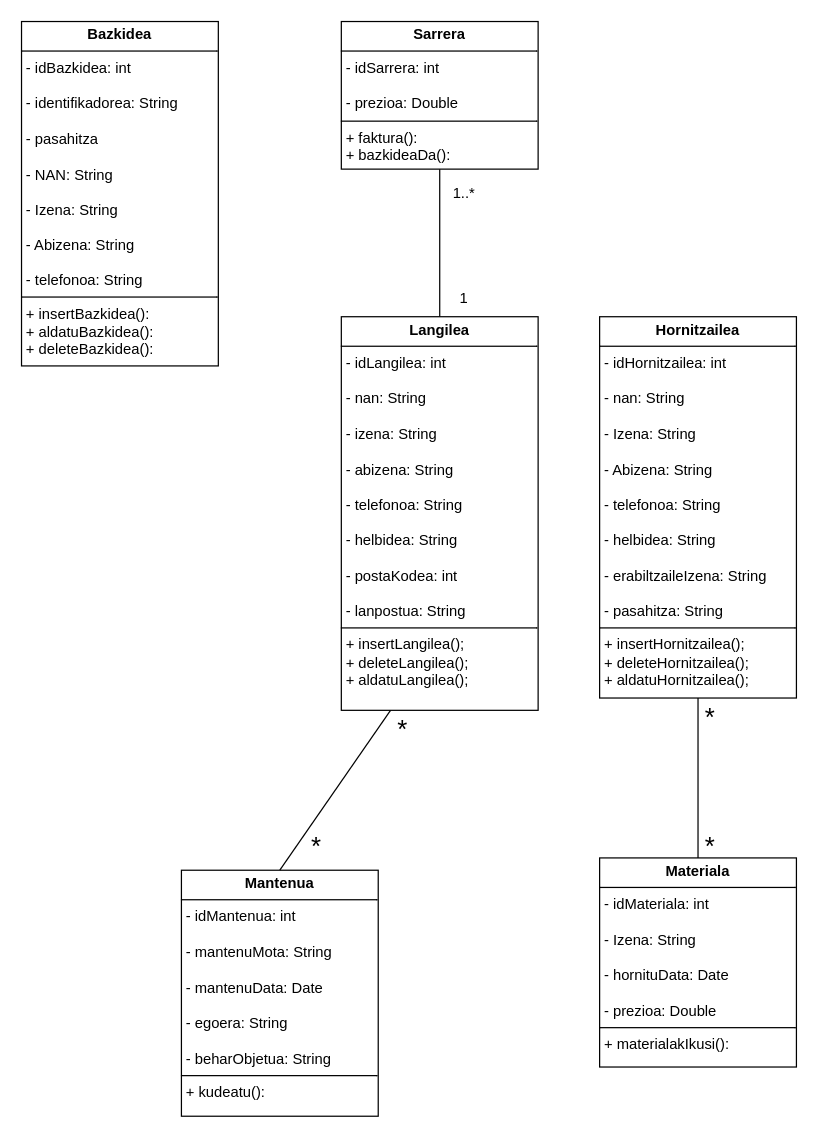
iguisado228/3Erronka keeps this draw.io diagram as JAVA/Diagramak/J_KlaseDiagrama.drawio. Above is the earlier version. Source tidied: cells renumbered, new cells numbered last; positions are measured from the earlier drawing's top-left corner, leaving out a move shared by most shapes. Both pictures are drawn from the tidied source at 123%, with x=0, y=0 at pixel (21, 21).
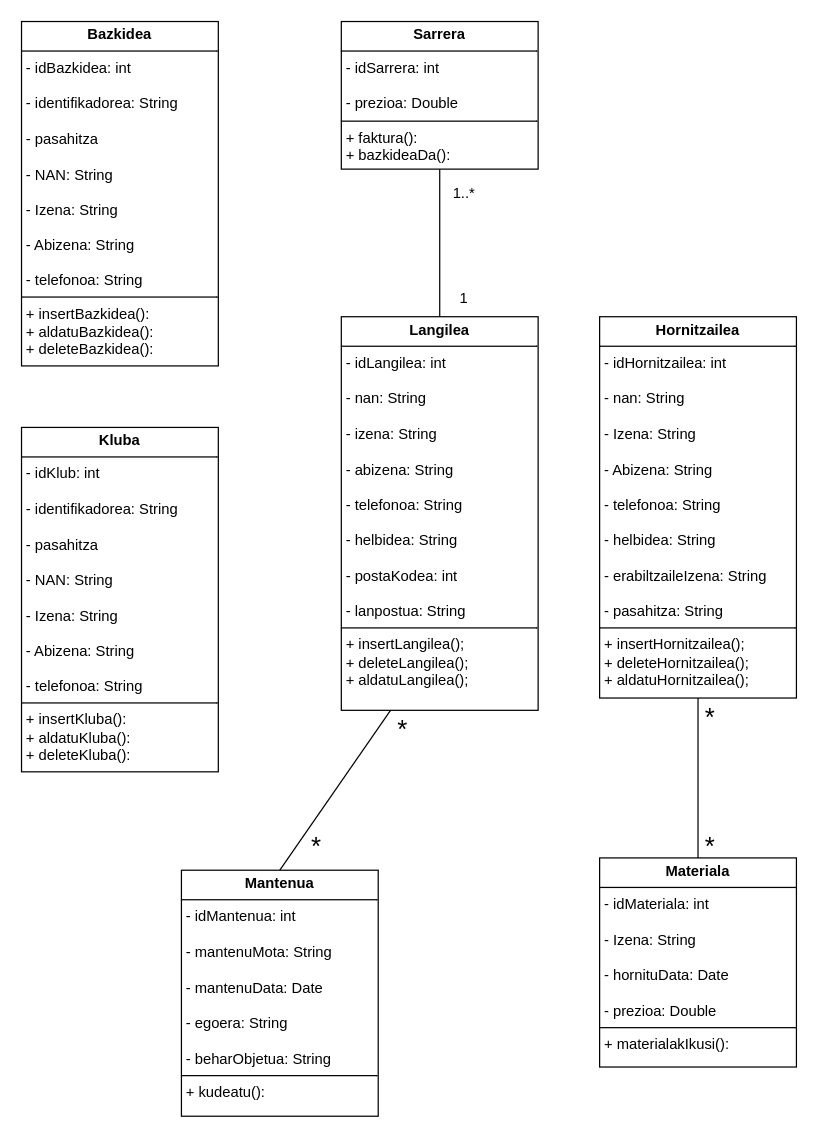
The same page after the edit.

Commit message:
Javako klase diagraman aldaketa

Diff of the diagram source:
```diff
@@
 <mxGraphModel>
   <root>
     <mxCell id="0" />
     <mxCell id="1" parent="0" />
     <mxCell id="2" value="&lt;p style=&quot;margin:0px;margin-top:4px;text-align:center;&quot;&gt;&lt;b&gt;Sarrera&lt;/b&gt;&lt;/p&gt;&lt;hr size=&quot;1&quot; style=&quot;border-style:solid;&quot;&gt;&lt;p style=&quot;margin:0px;margin-left:4px;&quot;&gt;- idSarrera: int&lt;/p&gt;&lt;p style=&quot;margin:0px;margin-left:4px;&quot;&gt;&lt;br&gt;&lt;/p&gt;&lt;p style=&quot;margin:0px;margin-left:4px;&quot;&gt;- prezioa: Double&lt;/p&gt;&lt;hr size=&quot;1&quot; style=&quot;border-style:solid;&quot;&gt;&lt;p style=&quot;margin:0px;margin-left:4px;&quot;&gt;+ faktura():&lt;/p&gt;&lt;p style=&quot;margin:0px;margin-left:4px;&quot;&gt;+ bazkideaDa():&lt;/p&gt;" style="verticalAlign=top;align=left;overflow=fill;html=1;whiteSpace=wrap;" parent="1" vertex="1">
       <mxGeometry x="260" width="160" height="120" as="geometry" />
     </mxCell>
     <mxCell id="3" value="&lt;p style=&quot;margin:0px;margin-top:4px;text-align:center;&quot;&gt;&lt;b&gt;Hornitzailea&lt;/b&gt;&lt;/p&gt;&lt;hr size=&quot;1&quot; style=&quot;border-style:solid;&quot;&gt;&lt;p style=&quot;margin:0px;margin-left:4px;&quot;&gt;- idHornitzailea: int&lt;/p&gt;&lt;p style=&quot;margin:0px;margin-left:4px;&quot;&gt;&lt;br&gt;&lt;/p&gt;&lt;p style=&quot;margin:0px;margin-left:4px;&quot;&gt;- nan:&amp;nbsp;&lt;span style=&quot;background-color: transparent; color: light-dark(rgb(0, 0, 0), rgb(255, 255, 255));&quot;&gt;String&lt;/span&gt;&lt;/p&gt;&lt;p style=&quot;margin:0px;margin-left:4px;&quot;&gt;&lt;br&gt;&lt;/p&gt;&lt;p style=&quot;margin:0px;margin-left:4px;&quot;&gt;- Izena:&amp;nbsp;&lt;span style=&quot;background-color: transparent; color: light-dark(rgb(0, 0, 0), rgb(255, 255, 255));&quot;&gt;String&lt;/span&gt;&lt;/p&gt;&lt;p style=&quot;margin:0px;margin-left:4px;&quot;&gt;&lt;br&gt;&lt;/p&gt;&lt;p style=&quot;margin:0px;margin-left:4px;&quot;&gt;- Abizena: String&lt;/p&gt;&lt;p style=&quot;margin:0px;margin-left:4px;&quot;&gt;&lt;br&gt;&lt;/p&gt;&lt;p style=&quot;margin:0px;margin-left:4px;&quot;&gt;- telefonoa: String&lt;/p&gt;&lt;p style=&quot;margin:0px;margin-left:4px;&quot;&gt;&lt;br&gt;&lt;/p&gt;&lt;p style=&quot;margin:0px;margin-left:4px;&quot;&gt;- helbidea: String&lt;/p&gt;&lt;p style=&quot;margin:0px;margin-left:4px;&quot;&gt;&lt;br&gt;&lt;/p&gt;&lt;p style=&quot;margin:0px;margin-left:4px;&quot;&gt;- erabiltzaileIzena: String&lt;/p&gt;&lt;p style=&quot;margin:0px;margin-left:4px;&quot;&gt;&lt;br&gt;&lt;/p&gt;&lt;p style=&quot;margin:0px;margin-left:4px;&quot;&gt;- pasahitza: String&lt;/p&gt;&lt;hr size=&quot;1&quot; style=&quot;border-style:solid;&quot;&gt;&lt;p style=&quot;margin: 0px 0px 0px 4px;&quot;&gt;+ insertHornitzailea();&lt;/p&gt;&lt;p style=&quot;margin: 0px 0px 0px 4px;&quot;&gt;+ deleteHornitzailea();&lt;/p&gt;&lt;p style=&quot;margin: 0px 0px 0px 4px;&quot;&gt;+ aldatuHornitzailea();&lt;/p&gt;" style="verticalAlign=top;align=left;overflow=fill;html=1;whiteSpace=wrap;" parent="1" vertex="1">
       <mxGeometry x="470" y="240" width="160" height="310" as="geometry" />
     </mxCell>
     <mxCell id="4" style="endArrow=none;html=1;rounded=0;entryX=0.5;entryY=1;entryDx=0;entryDy=0;exitX=0.5;exitY=0;exitDx=0;exitDy=0;" parent="1" edge="1" source="7" target="2">
       <mxGeometry relative="1" as="geometry" />
     </mxCell>
     <mxCell id="5" value="1" style="text;html=1;align=center;verticalAlign=middle;whiteSpace=wrap;rounded=0;" parent="1" vertex="1">
       <mxGeometry x="350" y="210" width="20" height="30" as="geometry" />
     </mxCell>
     <mxCell id="6" value="1..*" style="text;html=1;align=center;verticalAlign=middle;whiteSpace=wrap;rounded=0;" parent="1" vertex="1">
       <mxGeometry x="350" y="125" width="20" height="30" as="geometry" />
     </mxCell>
     <mxCell id="7" value="&lt;p style=&quot;margin:0px;margin-top:4px;text-align:center;&quot;&gt;&lt;b&gt;Langilea&lt;/b&gt;&lt;/p&gt;&lt;hr size=&quot;1&quot; style=&quot;border-style:solid;&quot;&gt;&lt;p style=&quot;margin:0px;margin-left:4px;&quot;&gt;&lt;span style=&quot;background-color: transparent; color: light-dark(rgb(0, 0, 0), rgb(255, 255, 255));&quot;&gt;- idLangilea: int&lt;/span&gt;&lt;/p&gt;&lt;p style=&quot;margin:0px;margin-left:4px;&quot;&gt;&lt;br&gt;&lt;/p&gt;&lt;p style=&quot;margin:0px;margin-left:4px;&quot;&gt;- nan: String&lt;/p&gt;&lt;p style=&quot;margin:0px;margin-left:4px;&quot;&gt;&lt;br&gt;&lt;/p&gt;&lt;p style=&quot;margin:0px;margin-left:4px;&quot;&gt;- izena: String&lt;/p&gt;&lt;p style=&quot;margin:0px;margin-left:4px;&quot;&gt;&lt;br&gt;&lt;/p&gt;&lt;p style=&quot;margin:0px;margin-left:4px;&quot;&gt;- abizena:&amp;nbsp;&lt;span style=&quot;background-color: transparent; color: light-dark(rgb(0, 0, 0), rgb(255, 255, 255));&quot;&gt;String&lt;/span&gt;&lt;/p&gt;&lt;p style=&quot;margin:0px;margin-left:4px;&quot;&gt;&lt;br&gt;&lt;/p&gt;&lt;p style=&quot;margin:0px;margin-left:4px;&quot;&gt;- telefonoa: String&lt;/p&gt;&lt;p style=&quot;margin:0px;margin-left:4px;&quot;&gt;&lt;br&gt;&lt;/p&gt;&lt;p style=&quot;margin:0px;margin-left:4px;&quot;&gt;- helbidea: String&lt;/p&gt;&lt;p style=&quot;margin:0px;margin-left:4px;&quot;&gt;&lt;br&gt;&lt;/p&gt;&lt;p style=&quot;margin:0px;margin-left:4px;&quot;&gt;- postaKodea: int&lt;/p&gt;&lt;p style=&quot;margin:0px;margin-left:4px;&quot;&gt;&lt;br&gt;&lt;/p&gt;&lt;p style=&quot;margin:0px;margin-left:4px;&quot;&gt;- lanpostua: String&lt;/p&gt;&lt;hr size=&quot;1&quot; style=&quot;border-style:solid;&quot;&gt;&lt;p style=&quot;margin:0px;margin-left:4px;&quot;&gt;+ insertLangilea();&lt;/p&gt;&lt;p style=&quot;margin:0px;margin-left:4px;&quot;&gt;+ deleteLangilea();&lt;/p&gt;&lt;p style=&quot;margin:0px;margin-left:4px;&quot;&gt;+ aldatuLangilea();&lt;/p&gt;" style="verticalAlign=top;align=left;overflow=fill;html=1;whiteSpace=wrap;" parent="1" vertex="1">
       <mxGeometry x="260" y="240" width="160" height="320" as="geometry" />
     </mxCell>
     <mxCell id="8" value="&lt;p style=&quot;margin:0px;margin-top:4px;text-align:center;&quot;&gt;&lt;b&gt;Mantenua&lt;/b&gt;&lt;/p&gt;&lt;hr size=&quot;1&quot; style=&quot;border-style:solid;&quot;&gt;&lt;p style=&quot;margin:0px;margin-left:4px;&quot;&gt;- idMantenua: int&lt;/p&gt;&lt;p style=&quot;margin:0px;margin-left:4px;&quot;&gt;&lt;br&gt;&lt;/p&gt;&lt;p style=&quot;margin:0px;margin-left:4px;&quot;&gt;- mantenuMota: String&lt;/p&gt;&lt;p style=&quot;margin:0px;margin-left:4px;&quot;&gt;&lt;br&gt;&lt;/p&gt;&lt;p style=&quot;margin:0px;margin-left:4px;&quot;&gt;- mantenuData: Date&lt;/p&gt;&lt;p style=&quot;margin:0px;margin-left:4px;&quot;&gt;&lt;br&gt;&lt;/p&gt;&lt;p style=&quot;margin:0px;margin-left:4px;&quot;&gt;- egoera: String&lt;/p&gt;&lt;p style=&quot;margin:0px;margin-left:4px;&quot;&gt;&lt;br&gt;&lt;/p&gt;&lt;p style=&quot;margin:0px;margin-left:4px;&quot;&gt;- beharObjetua: String&lt;/p&gt;&lt;hr size=&quot;1&quot; style=&quot;border-style:solid;&quot;&gt;&lt;p style=&quot;margin:0px;margin-left:4px;&quot;&gt;+ kudeatu():&lt;/p&gt;" style="verticalAlign=top;align=left;overflow=fill;html=1;whiteSpace=wrap;" parent="1" vertex="1">
       <mxGeometry x="130" y="690" width="160" height="200" as="geometry" />
     </mxCell>
     <mxCell id="9" style="endArrow=none;html=1;rounded=0;entryX=0.25;entryY=1;entryDx=0;entryDy=0;exitX=0.5;exitY=0;exitDx=0;exitDy=0;" parent="1" edge="1" source="8" target="7">
       <mxGeometry relative="1" as="geometry" />
     </mxCell>
     <mxCell id="10" value="&lt;font style=&quot;font-size: 21px;&quot;&gt;*&lt;/font&gt;" style="text;html=1;align=center;verticalAlign=middle;whiteSpace=wrap;rounded=0;" parent="1" vertex="1">
       <mxGeometry x="230" y="660" width="20" height="20" as="geometry" />
     </mxCell>
     <mxCell id="11" value="&lt;font style=&quot;font-size: 21px;&quot;&gt;*&lt;/font&gt;" style="text;html=1;align=center;verticalAlign=middle;whiteSpace=wrap;rounded=0;" parent="1" vertex="1">
       <mxGeometry x="300" y="560" width="20" height="30" as="geometry" />
     </mxCell>
     <mxCell id="12" value="&lt;p style=&quot;margin:0px;margin-top:4px;text-align:center;&quot;&gt;&lt;b&gt;Materiala&lt;/b&gt;&lt;/p&gt;&lt;hr size=&quot;1&quot; style=&quot;border-style:solid;&quot;&gt;&lt;p style=&quot;margin:0px;margin-left:4px;&quot;&gt;- idMateriala: int&lt;/p&gt;&lt;p style=&quot;margin:0px;margin-left:4px;&quot;&gt;&lt;br&gt;&lt;/p&gt;&lt;p style=&quot;margin:0px;margin-left:4px;&quot;&gt;- Izena: String&lt;/p&gt;&lt;p style=&quot;margin:0px;margin-left:4px;&quot;&gt;&lt;br&gt;&lt;/p&gt;&lt;p style=&quot;margin:0px;margin-left:4px;&quot;&gt;- hornituData: Date&lt;/p&gt;&lt;p style=&quot;margin:0px;margin-left:4px;&quot;&gt;&lt;br&gt;&lt;/p&gt;&lt;p style=&quot;margin:0px;margin-left:4px;&quot;&gt;- prezioa: Double&lt;/p&gt;&lt;hr size=&quot;1&quot; style=&quot;border-style:solid;&quot;&gt;&lt;p style=&quot;margin:0px;margin-left:4px;&quot;&gt;+ materialakIkusi():&amp;nbsp;&lt;/p&gt;" style="verticalAlign=top;align=left;overflow=fill;html=1;whiteSpace=wrap;" parent="1" vertex="1">
       <mxGeometry x="470" y="680" width="160" height="170" as="geometry" />
     </mxCell>
     <mxCell id="13" style="endArrow=none;html=1;rounded=0;entryX=0.5;entryY=1;entryDx=0;entryDy=0;exitX=0.5;exitY=0;exitDx=0;exitDy=0;" parent="1" edge="1" source="12" target="3">
       <mxGeometry relative="1" as="geometry" />
     </mxCell>
     <mxCell id="14" value="&lt;font style=&quot;font-size: 21px;&quot;&gt;*&lt;/font&gt;" style="text;html=1;align=center;verticalAlign=middle;whiteSpace=wrap;rounded=0;" parent="1" vertex="1">
       <mxGeometry x="550" y="660" width="20" height="20" as="geometry" />
     </mxCell>
     <mxCell id="15" value="&lt;font style=&quot;font-size: 21px;&quot;&gt;*&lt;/font&gt;" style="text;html=1;align=center;verticalAlign=middle;whiteSpace=wrap;rounded=0;" parent="1" vertex="1">
       <mxGeometry x="550" y="560" width="20" height="10" as="geometry" />
     </mxCell>
     <mxCell id="16" value="&lt;p style=&quot;margin:0px;margin-top:4px;text-align:center;&quot;&gt;&lt;b&gt;Bazkidea&lt;/b&gt;&lt;/p&gt;&lt;hr size=&quot;1&quot; style=&quot;border-style:solid;&quot;&gt;&lt;p style=&quot;margin:0px;margin-left:4px;&quot;&gt;- idBazkidea: int&lt;/p&gt;&lt;p style=&quot;margin:0px;margin-left:4px;&quot;&gt;&lt;br&gt;&lt;/p&gt;&lt;p style=&quot;margin:0px;margin-left:4px;&quot;&gt;- identifikadorea: String&lt;/p&gt;&lt;p style=&quot;margin:0px;margin-left:4px;&quot;&gt;&lt;br&gt;&lt;/p&gt;&lt;p style=&quot;margin:0px;margin-left:4px;&quot;&gt;- pasahitza&lt;/p&gt;&lt;p style=&quot;margin:0px;margin-left:4px;&quot;&gt;&lt;br&gt;&lt;/p&gt;&lt;p style=&quot;margin:0px;margin-left:4px;&quot;&gt;- NAN: String&lt;/p&gt;&lt;p style=&quot;margin:0px;margin-left:4px;&quot;&gt;&lt;br&gt;&lt;/p&gt;&lt;p style=&quot;margin:0px;margin-left:4px;&quot;&gt;- Izena: String&lt;/p&gt;&lt;p style=&quot;margin:0px;margin-left:4px;&quot;&gt;&lt;br&gt;&lt;/p&gt;&lt;p style=&quot;margin:0px;margin-left:4px;&quot;&gt;- Abizena: String&lt;/p&gt;&lt;p style=&quot;margin:0px;margin-left:4px;&quot;&gt;&lt;br&gt;&lt;/p&gt;&lt;p style=&quot;margin:0px;margin-left:4px;&quot;&gt;- telefonoa: String&lt;/p&gt;&lt;hr size=&quot;1&quot; style=&quot;border-style:solid;&quot;&gt;&lt;p style=&quot;margin:0px;margin-left:4px;&quot;&gt;&lt;span style=&quot;background-color: transparent; color: light-dark(rgb(0, 0, 0), rgb(255, 255, 255));&quot;&gt;+ insertBazkidea():&lt;/span&gt;&lt;/p&gt;&lt;p style=&quot;margin:0px;margin-left:4px;&quot;&gt;+ aldatuBazkidea():&lt;/p&gt;&lt;p style=&quot;margin:0px;margin-left:4px;&quot;&gt;+ deleteBazkidea():&lt;/p&gt;" style="verticalAlign=top;align=left;overflow=fill;html=1;whiteSpace=wrap;" parent="1" vertex="1">
       <mxGeometry width="160" height="280" as="geometry" />
     </mxCell>
+    <mxCell id="17" value="&lt;p style=&quot;margin:0px;margin-top:4px;text-align:center;&quot;&gt;&lt;b&gt;Kluba&lt;/b&gt;&lt;/p&gt;&lt;hr size=&quot;1&quot; style=&quot;border-style:solid;&quot;&gt;&lt;p style=&quot;margin:0px;margin-left:4px;&quot;&gt;- idKlub: int&lt;/p&gt;&lt;p style=&quot;margin:0px;margin-left:4px;&quot;&gt;&lt;br&gt;&lt;/p&gt;&lt;p style=&quot;margin:0px;margin-left:4px;&quot;&gt;- identifikadorea: String&lt;/p&gt;&lt;p style=&quot;margin:0px;margin-left:4px;&quot;&gt;&lt;br&gt;&lt;/p&gt;&lt;p style=&quot;margin:0px;margin-left:4px;&quot;&gt;- pasahitza&lt;/p&gt;&lt;p style=&quot;margin:0px;margin-left:4px;&quot;&gt;&lt;br&gt;&lt;/p&gt;&lt;p style=&quot;margin:0px;margin-left:4px;&quot;&gt;- NAN: String&lt;/p&gt;&lt;p style=&quot;margin:0px;margin-left:4px;&quot;&gt;&lt;br&gt;&lt;/p&gt;&lt;p style=&quot;margin:0px;margin-left:4px;&quot;&gt;- Izena: String&lt;/p&gt;&lt;p style=&quot;margin:0px;margin-left:4px;&quot;&gt;&lt;br&gt;&lt;/p&gt;&lt;p style=&quot;margin:0px;margin-left:4px;&quot;&gt;- Abizena: String&lt;/p&gt;&lt;p style=&quot;margin:0px;margin-left:4px;&quot;&gt;&lt;br&gt;&lt;/p&gt;&lt;p style=&quot;margin:0px;margin-left:4px;&quot;&gt;- telefonoa: String&lt;/p&gt;&lt;hr size=&quot;1&quot; style=&quot;border-style:solid;&quot;&gt;&lt;p style=&quot;margin:0px;margin-left:4px;&quot;&gt;&lt;span style=&quot;background-color: transparent; color: light-dark(rgb(0, 0, 0), rgb(255, 255, 255));&quot;&gt;+ insertKluba():&lt;/span&gt;&lt;/p&gt;&lt;p style=&quot;margin:0px;margin-left:4px;&quot;&gt;+ aldatuKluba():&lt;/p&gt;&lt;p style=&quot;margin:0px;margin-left:4px;&quot;&gt;+ deleteKluba():&lt;/p&gt;" style="verticalAlign=top;align=left;overflow=fill;html=1;whiteSpace=wrap;" parent="1" vertex="1">
+      <mxGeometry y="330" width="160" height="280" as="geometry" />
+    </mxCell>
   </root>
 </mxGraphModel>
```
